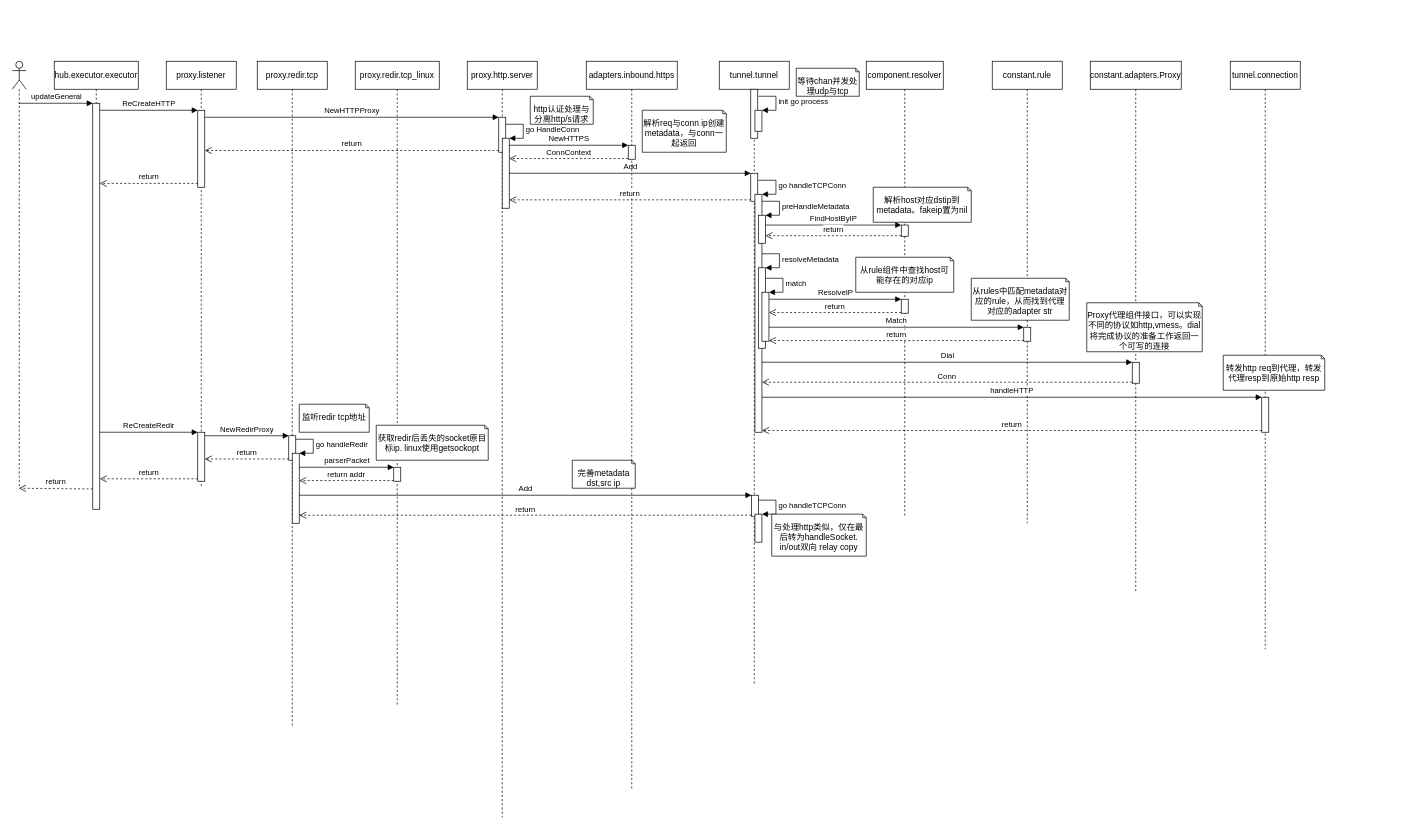
Before: time.drawio in NavyD/clash, a draw.io diagram. Source tidied: cells renumbered, new cells numbered last; positions are measured from the earlier drawing's top-left corner, leaving out a move shared by most shapes. Both pictures are drawn from the tidied source at 70%, with x=0, y=0 at pixel (12, 61).
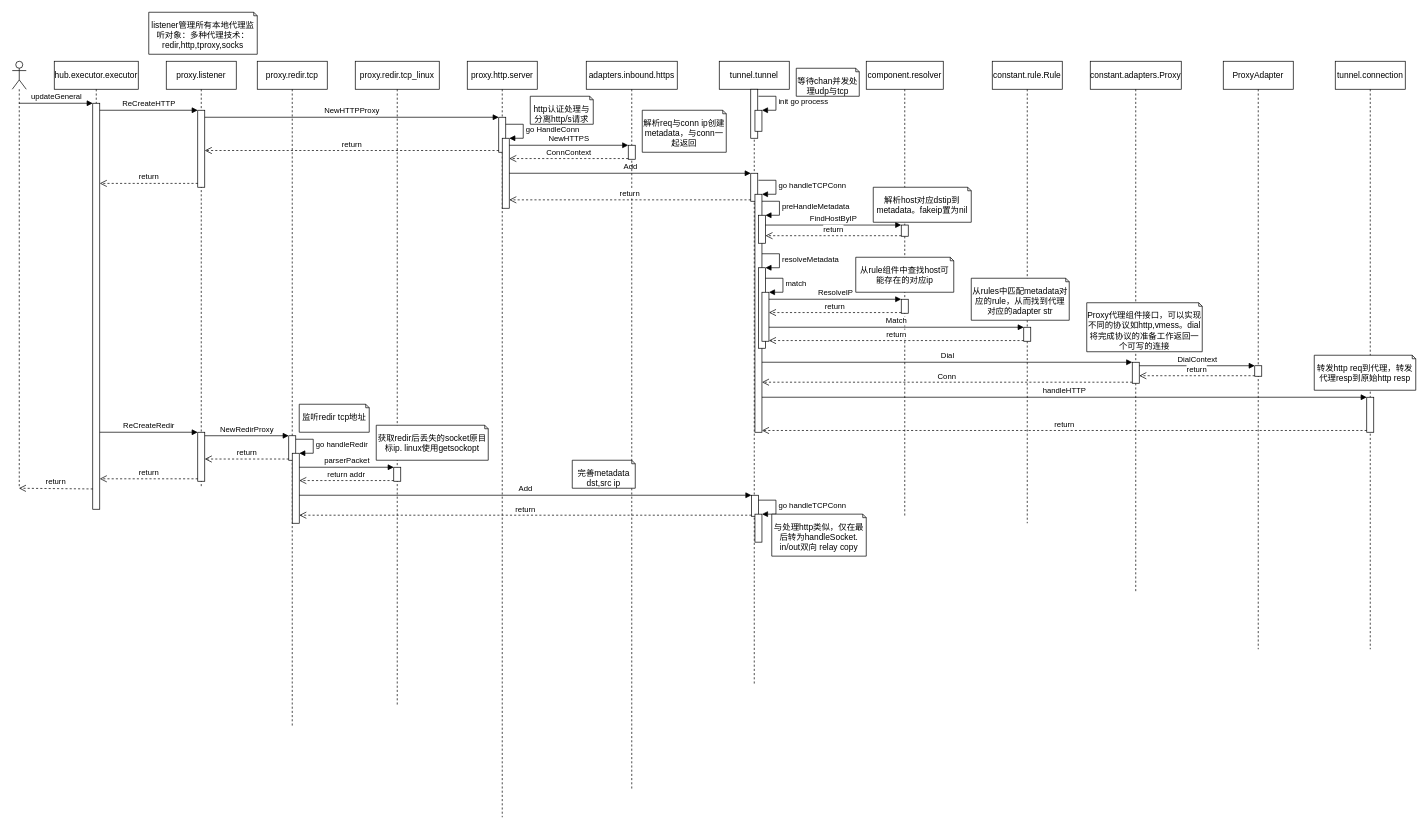
The same diagram, later.

Commit message (it also covers changes not shown here):
替换README为源码解析内容。添加time细节。添加未完成的类图

Unchanged cells that the change refers to:
```xml
<mxCell id="58" style="html=1;points=[];perimeter=orthogonalPerimeter;" parent="57" vertex="1">
  <mxGeometry x="60" y="430" width="10" height="30" as="geometry" />
</mxCell>
```

Diff of the diagram source:
```diff
@@
-    <mxCell id="52" value="constant.rule" style="shape=umlLifeline;perimeter=lifelinePerimeter;whiteSpace=wrap;html=1;" parent="1" vertex="1">
+    <mxCell id="52" value="constant.rule.Rule" style="shape=umlLifeline;perimeter=lifelinePerimeter;whiteSpace=wrap;html=1;" parent="1" vertex="1">
       <mxGeometry x="1400" width="100" height="660" as="geometry" />
     </mxCell>
@@
     <mxCell id="62" value="tunnel.connection" style="shape=umlLifeline;perimeter=lifelinePerimeter;whiteSpace=wrap;html=1;" parent="1" vertex="1">
-      <mxGeometry x="1740" width="100" height="840" as="geometry" />
+      <mxGeometry x="1890" width="100" height="840" as="geometry" />
     </mxCell>
@@
     <mxCell id="66" value="转发http req到代理，转发代理resp到原始http resp" style="shape=note2;boundedLbl=1;whiteSpace=wrap;html=1;size=5;verticalAlign=top;align=center;" parent="1" vertex="1">
-      <mxGeometry x="1730" y="420" width="145" height="50" as="geometry" />
+      <mxGeometry x="1860" y="420" width="145" height="50" as="geometry" />
     </mxCell>
@@
+    <mxCell id="85" value="listener管理所有本地代理监听对象：多种代理技术：redir,http,tproxy,socks" style="shape=note2;boundedLbl=1;whiteSpace=wrap;html=1;size=5;verticalAlign=top;align=center;" parent="1" vertex="1">
+      <mxGeometry x="195" y="-70" width="155" height="60" as="geometry" />
+    </mxCell>
+    <mxCell id="86" value="ProxyAdapter" style="shape=umlLifeline;perimeter=lifelinePerimeter;whiteSpace=wrap;html=1;" parent="1" vertex="1">
+      <mxGeometry x="1730" width="100" height="840" as="geometry" />
+    </mxCell>
+    <mxCell id="87" style="html=1;points=[];perimeter=orthogonalPerimeter;" parent="86" vertex="1">
+      <mxGeometry x="45" y="435" width="10" height="15" as="geometry" />
+    </mxCell>
+    <mxCell id="88" value="DialContext" style="html=1;verticalAlign=bottom;endArrow=block;entryX=0;entryY=0;" parent="1" edge="1" source="58" target="87">
+      <mxGeometry relative="1" as="geometry" />
+    </mxCell>
+    <mxCell id="89" value="return" style="html=1;verticalAlign=bottom;endArrow=open;dashed=1;endSize=8;exitX=0;exitY=0.95;" parent="1" edge="1" source="87" target="58">
+      <mxGeometry relative="1" as="geometry" />
+    </mxCell>
```
